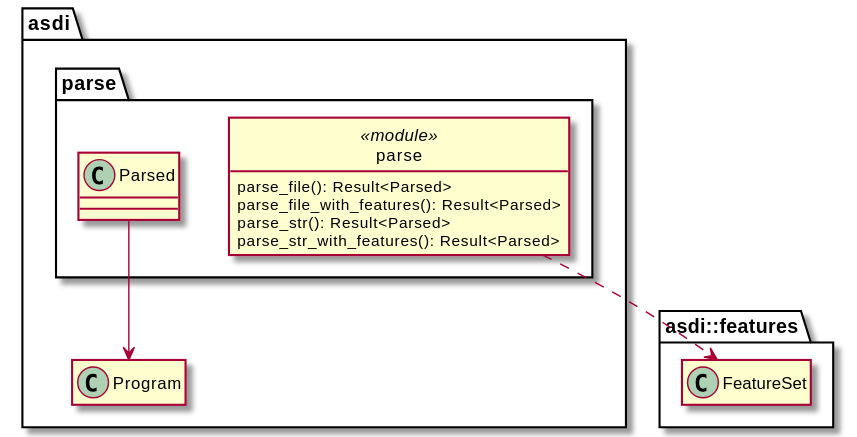
Earlier version of the PlantUML export book/src/model/parse.svg (johnstonskj/rust-asdi). The source it was exported from:
```plantuml
@startuml

!include options.plantuml

class asdi::Program
hide "asdi::Program" members

class asdi::features::FeatureSet
hide "asdi::features::FeatureSet" members

namespace asdi::parse {
    class Parsed

    Parsed --> asdi::Program

    class parse << module >> {
        parse_file(): Result<Parsed>
        parse_file_with_features(): Result<Parsed>
        parse_str(): Result<Parsed>
        parse_str_with_features(): Result<Parsed>
    }

    parse ..> asdi::features::FeatureSet
}

@enduml
```
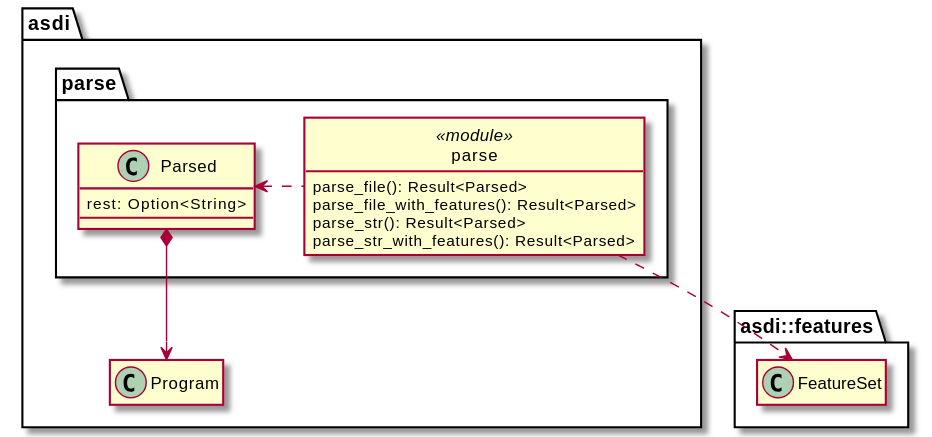
The same file after the commit.

What changed in the source:
```diff
@@ -9,9 +9,11 @@
 hide "asdi::features::FeatureSet" members
 
 namespace asdi::parse {
-    class Parsed
+    class Parsed {
+        rest: Option<String>
+    }
 
-    Parsed --> asdi::Program
+    Parsed *-down-> asdi::Program
 
     class parse << module >> {
         parse_file(): Result<Parsed>
@@ -21,6 +23,7 @@
     }
 
     parse ..> asdi::features::FeatureSet
+    parse .left.> Parsed
 }
 
 @enduml
```
